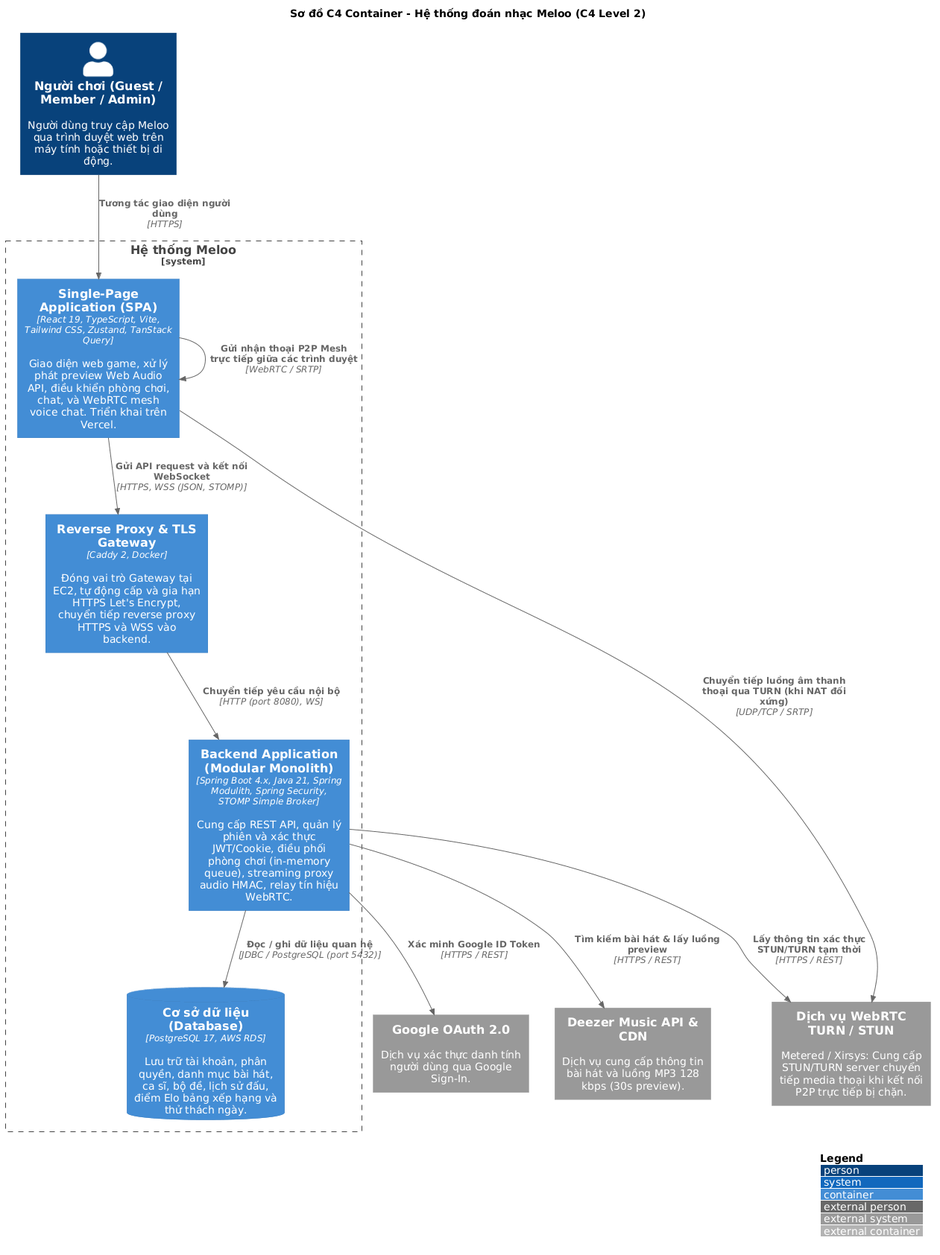
Above: docs/uml/c4/c4-container.png in ThaiDevv/meloo (PlantUML), before the change. Source of this version:
```plantuml
@startuml c4-container
!include <C4/C4_Container>

LAYOUT_WITH_LEGEND()

title Sơ đồ C4 Container - Hệ thống đoán nhạc Meloo (C4 Level 2)

Person(user, "Người chơi (Guest / Member / Admin)", "Người dùng truy cập Meloo qua trình duyệt web trên máy tính hoặc thiết bị di động.")

System_Boundary(c1, "Hệ thống Meloo") {
    Container(fe, "Single-Page Application (SPA)", "React 19, TypeScript, Vite, Tailwind CSS, Zustand, TanStack Query", "Giao diện web game, xử lý phát preview Web Audio API, điều khiển phòng chơi, chat, và WebRTC mesh voice chat. Triển khai trên Vercel.")

    Container(caddy, "Reverse Proxy & TLS Gateway", "Caddy 2, Docker", "Đóng vai trò Gateway tại EC2, tự động cấp và gia hạn HTTPS Let's Encrypt, chuyển tiếp reverse proxy HTTPS và WSS vào backend.")

    Container(be, "Backend Application (Modular Monolith)", "Spring Boot 4.x, Java 21, Spring Modulith, Spring Security, STOMP Simple Broker", "Cung cấp REST API, quản lý phiên và xác thực JWT/Cookie, điều phối phòng chơi (in-memory queue), streaming proxy audio HMAC, relay tín hiệu WebRTC.")

    ContainerDb(db, "Cơ sở dữ liệu (Database)", "PostgreSQL 17, AWS RDS", "Lưu trữ tài khoản, phân quyền, danh mục bài hát, ca sĩ, bộ đề, lịch sử đấu, điểm Elo bảng xếp hạng và thử thách ngày.")
}

System_Ext(google, "Google OAuth 2.0", "Dịch vụ xác thực danh tính người dùng qua Google Sign-In.")
System_Ext(deezer, "Deezer Music API & CDN", "Dịch vụ cung cấp thông tin bài hát và luồng MP3 128 kbps (30s preview).")
System_Ext(turn, "Dịch vụ WebRTC TURN / STUN", "Metered / Xirsys: Cung cấp STUN/TURN server chuyển tiếp media thoại khi kết nối P2P trực tiếp bị chặn.")

Rel(user, fe, "Tương tác giao diện người dùng", "HTTPS")
Rel(fe, caddy, "Gửi API request và kết nối WebSocket", "HTTPS, WSS (JSON, STOMP)")
Rel(caddy, be, "Chuyển tiếp yêu cầu nội bộ", "HTTP (port 8080), WS")
Rel(be, db, "Đọc / ghi dữ liệu quan hệ", "JDBC / PostgreSQL (port 5432)")

Rel(be, google, "Xác minh Google ID Token", "HTTPS / REST")
Rel(be, deezer, "Tìm kiếm bài hát & lấy luồng preview", "HTTPS / REST")
Rel(be, turn, "Lấy thông tin xác thực STUN/TURN tạm thời", "HTTPS / REST")

Rel(fe, turn, "Chuyển tiếp luồng âm thanh thoại qua TURN (khi NAT đối xứng)", "UDP/TCP / SRTP")
Rel(fe, fe, "Gửi nhận thoại P2P Mesh trực tiếp giữa các trình duyệt", "WebRTC / SRTP")

@enduml
```
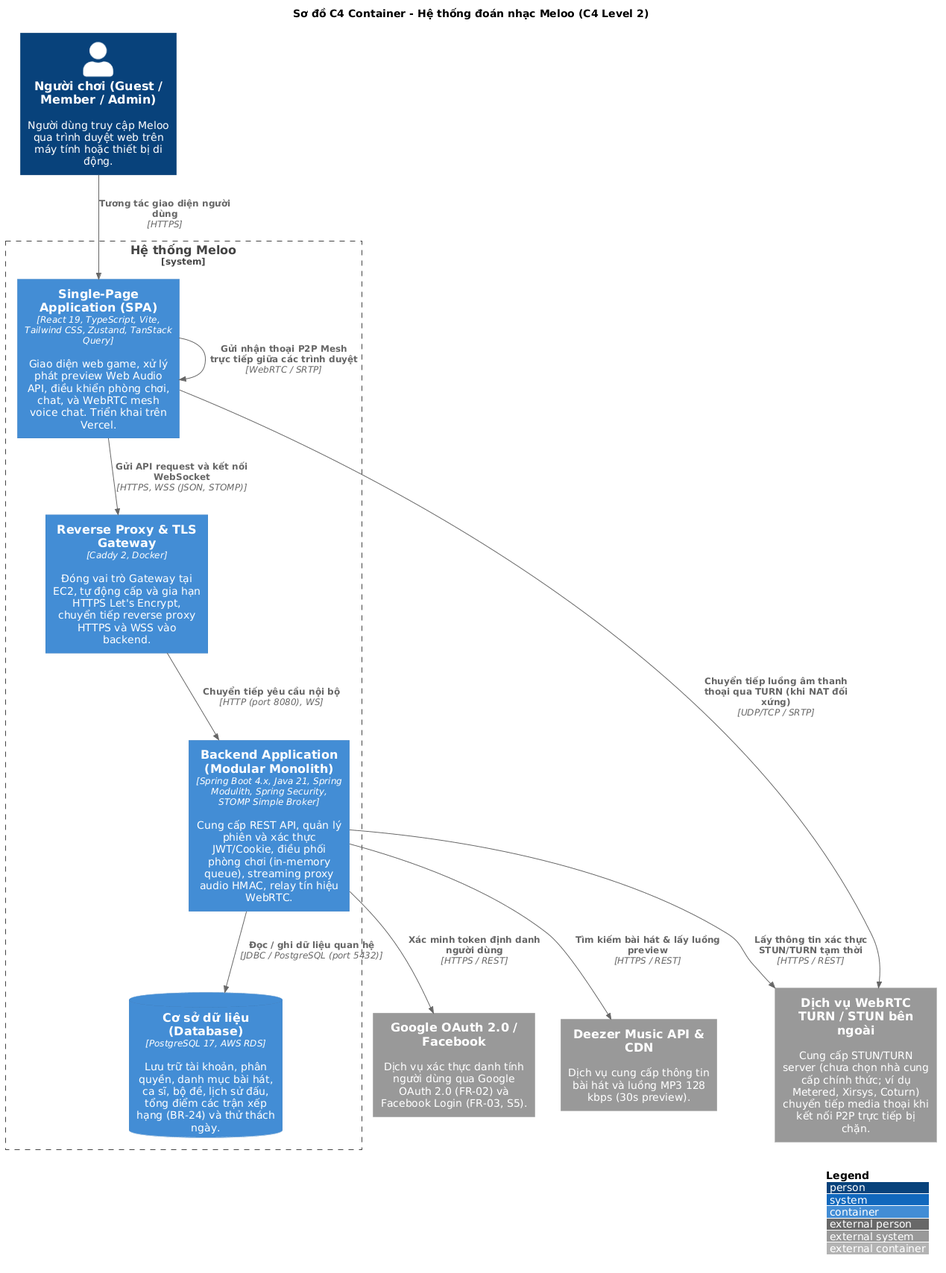
After the commit.

Commit message:
docs(architecture): cập nhật tài liệu kiến trúc và sơ đồ theo review vòng 1

What changed in the source:
```diff
@@ -14,19 +14,19 @@
 
     Container(be, "Backend Application (Modular Monolith)", "Spring Boot 4.x, Java 21, Spring Modulith, Spring Security, STOMP Simple Broker", "Cung cấp REST API, quản lý phiên và xác thực JWT/Cookie, điều phối phòng chơi (in-memory queue), streaming proxy audio HMAC, relay tín hiệu WebRTC.")
 
-    ContainerDb(db, "Cơ sở dữ liệu (Database)", "PostgreSQL 17, AWS RDS", "Lưu trữ tài khoản, phân quyền, danh mục bài hát, ca sĩ, bộ đề, lịch sử đấu, điểm Elo bảng xếp hạng và thử thách ngày.")
+    ContainerDb(db, "Cơ sở dữ liệu (Database)", "PostgreSQL 17, AWS RDS", "Lưu trữ tài khoản, phân quyền, danh mục bài hát, ca sĩ, bộ đề, lịch sử đấu, tổng điểm các trận xếp hạng (BR-24) và thử thách ngày.")
 }
 
-System_Ext(google, "Google OAuth 2.0", "Dịch vụ xác thực danh tính người dùng qua Google Sign-In.")
+System_Ext(auth_providers, "Google OAuth 2.0 / Facebook", "Dịch vụ xác thực danh tính người dùng qua Google OAuth 2.0 (FR-02) và Facebook Login (FR-03, S5).")
 System_Ext(deezer, "Deezer Music API & CDN", "Dịch vụ cung cấp thông tin bài hát và luồng MP3 128 kbps (30s preview).")
-System_Ext(turn, "Dịch vụ WebRTC TURN / STUN", "Metered / Xirsys: Cung cấp STUN/TURN server chuyển tiếp media thoại khi kết nối P2P trực tiếp bị chặn.")
+System_Ext(turn, "Dịch vụ WebRTC TURN / STUN bên ngoài", "Cung cấp STUN/TURN server (chưa chọn nhà cung cấp chính thức; ví dụ Metered, Xirsys, Coturn) chuyển tiếp media thoại khi kết nối P2P trực tiếp bị chặn.")
 
 Rel(user, fe, "Tương tác giao diện người dùng", "HTTPS")
 Rel(fe, caddy, "Gửi API request và kết nối WebSocket", "HTTPS, WSS (JSON, STOMP)")
 Rel(caddy, be, "Chuyển tiếp yêu cầu nội bộ", "HTTP (port 8080), WS")
 Rel(be, db, "Đọc / ghi dữ liệu quan hệ", "JDBC / PostgreSQL (port 5432)")
 
-Rel(be, google, "Xác minh Google ID Token", "HTTPS / REST")
+Rel(be, auth_providers, "Xác minh token định danh người dùng", "HTTPS / REST")
 Rel(be, deezer, "Tìm kiếm bài hát & lấy luồng preview", "HTTPS / REST")
 Rel(be, turn, "Lấy thông tin xác thực STUN/TURN tạm thời", "HTTPS / REST")
 
```
